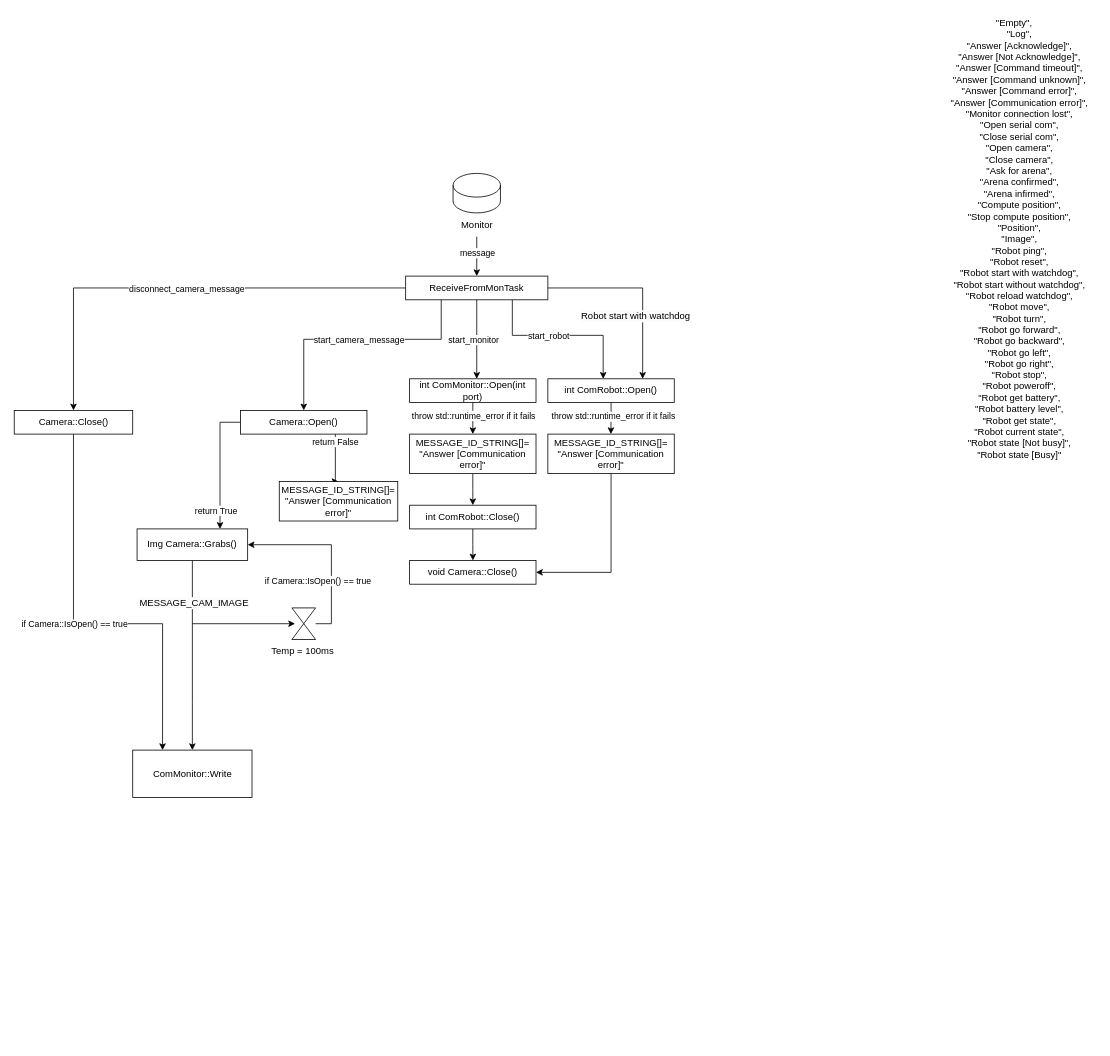
Earlier version of the draw.io diagram page "Page-2" (2 of 2) of Diagrama sem nome.drawio (Ruba008/BE_temps_reel). Source tidied: cells renumbered, new cells numbered last; positions are measured from the earlier drawing's top-left corner, leaving out a move shared by most shapes. Both pictures are drawn from the tidied source at 79%, with x=0, y=0 at pixel (13, 13).
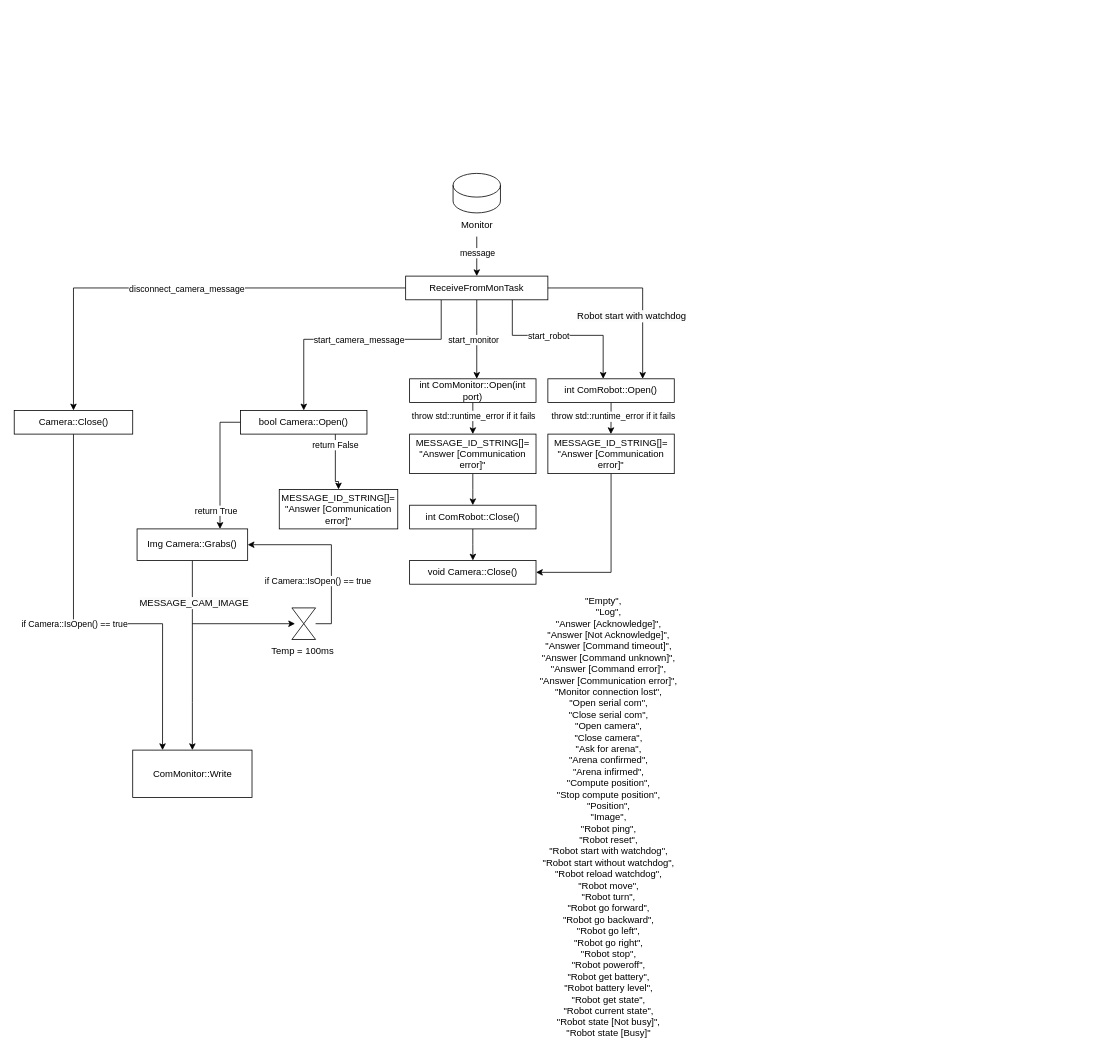
After the change.

Unchanged cells that the change refers to:
```xml
<mxCell id="48" style="edgeStyle=orthogonalEdgeStyle;rounded=0;jettySize=auto;html=1;exitX=1;exitY=0.5;exitDx=0;exitDy=0;entryX=0.75;entryY=0;entryDx=0;entryDy=0;" parent="1" edge="1" source="10" target="41">
  <mxGeometry relative="1" as="geometry">
    <Array as="points">
      <mxPoint x="796" y="347" />
    </Array>
  </mxGeometry>
</mxCell>
```

The edit, as a diff of the source:
```diff
@@
     <mxCell id="16" style="edgeStyle=orthogonalEdgeStyle;rounded=0;jettySize=auto;html=1;exitX=0.75;exitY=1;exitDx=0;exitDy=0;entryX=0.5;entryY=0;entryDx=0;entryDy=0;" parent="1" edge="1" source="20" target="21">
       <mxGeometry relative="1" as="geometry">
         <Array as="points">
-          <mxPoint x="407" y="592" />
-          <mxPoint x="406" y="712" />
+          <mxPoint x="407.5" y="592" />
+          <mxPoint x="411.5" y="592" />
         </Array>
       </mxGeometry>
     </mxCell>
@@
-    <mxCell id="20" value="Camera::Open()" style="whiteSpace=wrap;html=1;" parent="1" vertex="1">
+    <mxCell id="20" value="bool Camera::Open()" style="whiteSpace=wrap;html=1;" parent="1" vertex="1">
       <mxGeometry x="287" y="502" width="160" height="30" as="geometry" />
     </mxCell>
     <mxCell id="21" value="MESSAGE_ID_STRING[]=&lt;div&gt;&quot;Answer [Communication error]&quot;&lt;/div&gt;" style="whiteSpace=wrap;html=1;" parent="1" vertex="1">
-      <mxGeometry x="336" y="592" width="150" height="50" as="geometry" />
+      <mxGeometry x="336" y="602" width="150" height="50" as="geometry" />
     </mxCell>
@@
     <mxCell id="49" value="&lt;span style=&quot;font-size: 12px; background-color: rgb(251, 251, 251);&quot;&gt;Robot start with watchdog&lt;/span&gt;" style="edgeLabel;html=1;align=center;verticalAlign=middle;" parent="48" vertex="1">
       <mxGeometry x="-0.4" relative="1" as="geometry">
-        <mxPoint x="39" y="35" as="offset" />
+        <mxPoint x="34" y="35" as="offset" />
       </mxGeometry>
     </mxCell>
     <mxCell id="50" value="&lt;div&gt;&quot;Empty&quot;,&lt;/div&gt;&lt;div&gt;&amp;nbsp; &amp;nbsp; &quot;Log&quot;,&lt;/div&gt;&lt;div&gt;&amp;nbsp; &amp;nbsp; &quot;Answer [Acknowledge]&quot;,&lt;/div&gt;&lt;div&gt;&amp;nbsp; &amp;nbsp; &quot;Answer [Not Acknowledge]&quot;,&lt;/div&gt;&lt;div&gt;&amp;nbsp; &amp;nbsp; &quot;Answer [Command timeout]&quot;,&lt;/div&gt;&lt;div&gt;&amp;nbsp; &amp;nbsp; &quot;Answer [Command unknown]&quot;,&lt;/div&gt;&lt;div&gt;&amp;nbsp; &amp;nbsp; &quot;Answer [Command error]&quot;,&lt;/div&gt;&lt;div&gt;&amp;nbsp; &amp;nbsp; &quot;Answer [Communication error]&quot;,&lt;/div&gt;&lt;div&gt;&amp;nbsp; &amp;nbsp; &quot;Monitor connection lost&quot;,&lt;/div&gt;&lt;div&gt;&amp;nbsp; &amp;nbsp; &quot;Open serial com&quot;,&lt;/div&gt;&lt;div&gt;&amp;nbsp; &amp;nbsp; &quot;Close serial com&quot;,&lt;/div&gt;&lt;div&gt;&amp;nbsp; &amp;nbsp; &quot;Open camera&quot;,&lt;/div&gt;&lt;div&gt;&amp;nbsp; &amp;nbsp; &quot;Close camera&quot;,&lt;/div&gt;&lt;div&gt;&amp;nbsp; &amp;nbsp; &quot;Ask for arena&quot;,&lt;/div&gt;&lt;div&gt;&amp;nbsp; &amp;nbsp; &quot;Arena confirmed&quot;,&lt;/div&gt;&lt;div&gt;&amp;nbsp; &amp;nbsp; &quot;Arena infirmed&quot;,&lt;/div&gt;&lt;div&gt;&amp;nbsp; &amp;nbsp; &quot;Compute position&quot;,&lt;/div&gt;&lt;div&gt;&amp;nbsp; &amp;nbsp; &quot;Stop compute position&quot;,&lt;/div&gt;&lt;div&gt;&amp;nbsp; &amp;nbsp; &quot;Position&quot;,&lt;/div&gt;&lt;div&gt;&amp;nbsp; &amp;nbsp; &quot;Image&quot;,&lt;/div&gt;&lt;div&gt;&amp;nbsp; &amp;nbsp; &quot;Robot ping&quot;,&lt;/div&gt;&lt;div&gt;&amp;nbsp; &amp;nbsp; &quot;Robot reset&quot;,&lt;/div&gt;&lt;div&gt;&amp;nbsp; &amp;nbsp; &quot;Robot start with watchdog&quot;,&lt;/div&gt;&lt;div&gt;&amp;nbsp; &amp;nbsp; &quot;Robot start without watchdog&quot;,&lt;/div&gt;&lt;div&gt;&amp;nbsp; &amp;nbsp; &quot;Robot reload watchdog&quot;,&lt;/div&gt;&lt;div&gt;&amp;nbsp; &amp;nbsp; &quot;Robot move&quot;,&lt;/div&gt;&lt;div&gt;&amp;nbsp; &amp;nbsp; &quot;Robot turn&quot;,&lt;/div&gt;&lt;div&gt;&amp;nbsp; &amp;nbsp; &quot;Robot go forward&quot;,&lt;/div&gt;&lt;div&gt;&amp;nbsp; &amp;nbsp; &quot;Robot go backward&quot;,&lt;/div&gt;&lt;div&gt;&amp;nbsp; &amp;nbsp; &quot;Robot go left&quot;,&lt;/div&gt;&lt;div&gt;&amp;nbsp; &amp;nbsp; &quot;Robot go right&quot;,&lt;/div&gt;&lt;div&gt;&amp;nbsp; &amp;nbsp; &quot;Robot stop&quot;,&lt;/div&gt;&lt;div&gt;&amp;nbsp; &amp;nbsp; &quot;Robot poweroff&quot;,&lt;/div&gt;&lt;div&gt;&amp;nbsp; &amp;nbsp; &quot;Robot get battery&quot;,&lt;/div&gt;&lt;div&gt;&amp;nbsp; &amp;nbsp; &quot;Robot battery level&quot;,&lt;/div&gt;&lt;div&gt;&amp;nbsp; &amp;nbsp; &quot;Robot get state&quot;,&lt;/div&gt;&lt;div&gt;&amp;nbsp; &amp;nbsp; &quot;Robot current state&quot;,&lt;/div&gt;&lt;div&gt;&amp;nbsp; &amp;nbsp; &quot;Robot state [Not busy]&quot;,&lt;/div&gt;&lt;div&gt;&amp;nbsp; &amp;nbsp; &quot;Robot state [Busy]&quot;&lt;/div&gt;" style="text;html=1;align=center;verticalAlign=middle;strokeColor=none;fillColor=none;" parent="1" vertex="1">
-      <mxGeometry x="1161" width="210" height="570" as="geometry" />
+      <mxGeometry x="640.5" y="732" width="210" height="570" as="geometry" />
     </mxCell>
```
